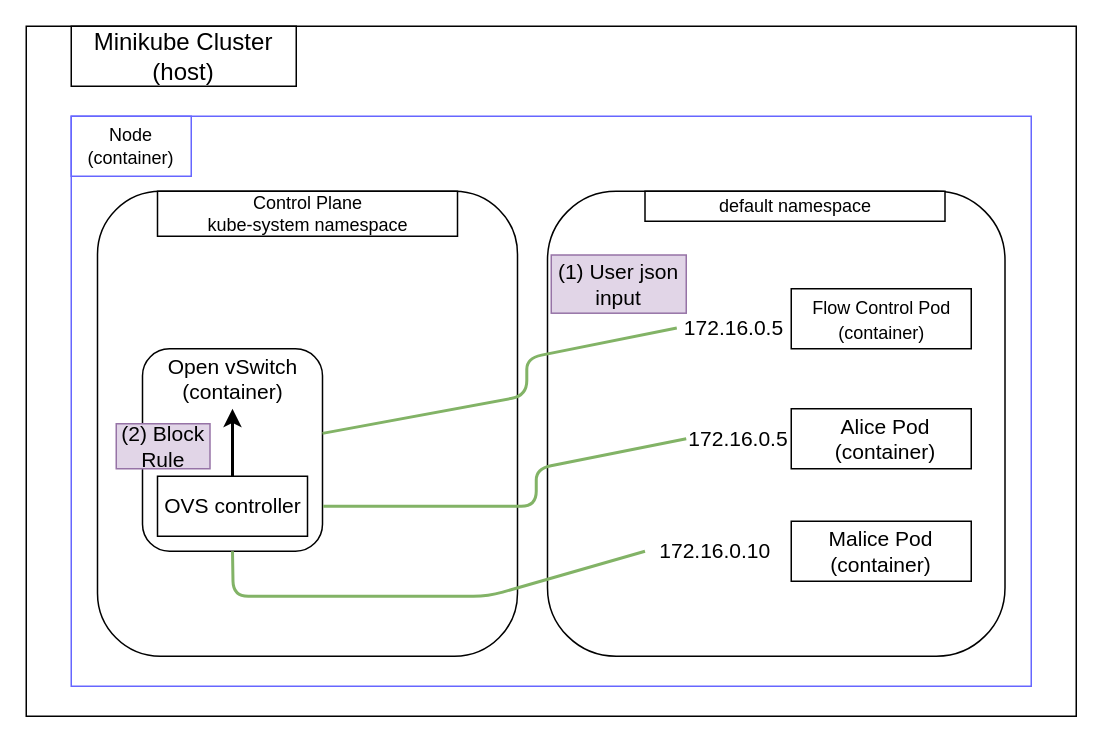
Before: page "Blocking an ip" (3 of 4) of demos/demo1_v2/demo1.drawio in parasecurity/principals, a draw.io diagram. Source tidied: cells renumbered, new cells numbered last; positions are measured from the earlier drawing's top-left corner, leaving out a move shared by most shapes. Both pictures are drawn from the tidied source at 150%, with x=0, y=0 at pixel (26, 26).
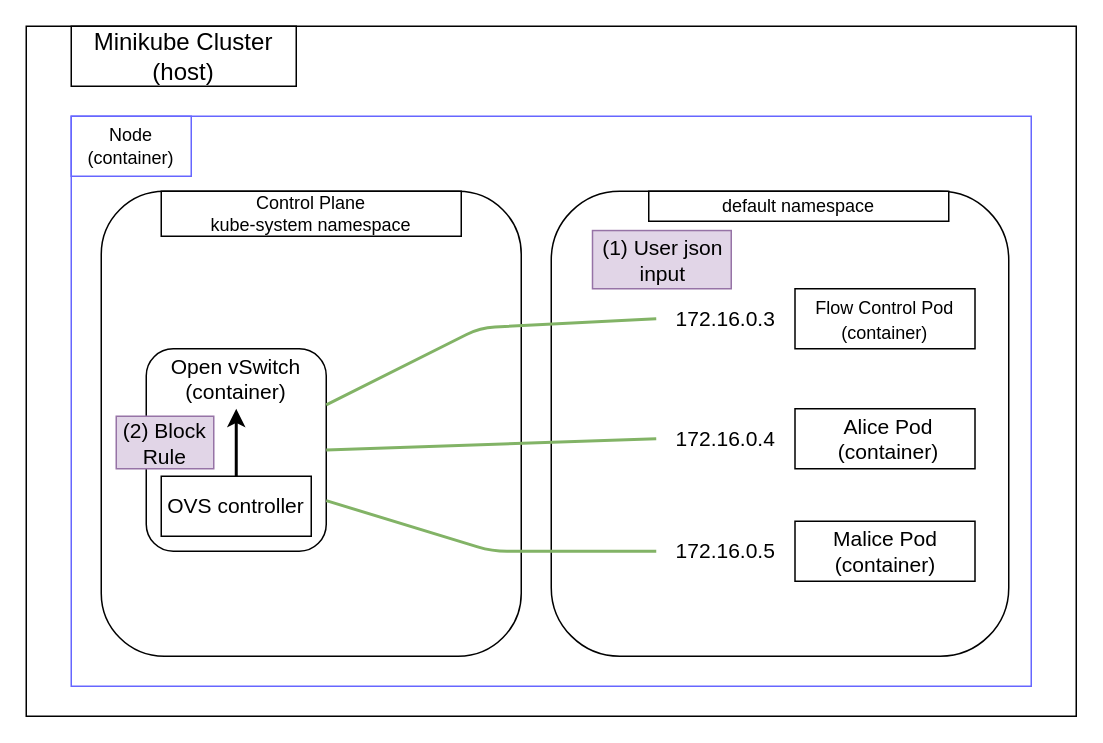
Above is the later version.

Unchanged cells that the change refers to:
```xml
<mxCell id="9" value="&lt;font style=&quot;font-size: 16px&quot;&gt;&lt;br&gt;&lt;/font&gt;" style="rounded=1;whiteSpace=wrap;html=1;" parent="6" vertex="1">
  <mxGeometry x="30" y="105" width="120" height="135" as="geometry" />
</mxCell>
```

Change to the diagram source:
```diff
@@
     <mxCell id="6" style="group;" parent="1" vertex="1">
-      <mxGeometry x="47.5" y="110" width="605" height="340" as="geometry" />
+      <mxGeometry x="50" y="110" width="605" height="340" as="geometry" />
     </mxCell>
@@
-    <mxCell id="11" style="endArrow=none;html=1;entryX=0;entryY=0.5;entryDx=0;entryDy=0;fillColor=#d5e8d4;strokeColor=#82b366;strokeWidth=2;" parent="6" edge="1" target="12">
-      <mxGeometry relative="1" as="geometry">
-        <mxPoint x="150.5" y="210" as="sourcePoint" />
-        <Array as="points">
-          <mxPoint x="292.5" y="210" />
-          <mxPoint x="292.5" y="185" />
-        </Array>
-      </mxGeometry>
+    <mxCell id="11" style="endArrow=none;html=1;entryX=0;entryY=0.5;entryDx=0;entryDy=0;fillColor=#d5e8d4;strokeColor=#82b366;strokeWidth=2;exitX=1;exitY=0.5;exitDx=0;exitDy=0;" parent="6" edge="1" source="9" target="12">
+      <mxGeometry relative="1" as="geometry" />
     </mxCell>
-    <mxCell id="12" value="172.16.0.5" style="text;html=1;strokeColor=none;fillColor=none;align=center;verticalAlign=middle;whiteSpace=wrap;rounded=0;fontSize=14;" parent="6" vertex="1">
-      <mxGeometry x="392.5" y="155" width="70" height="20" as="geometry" />
+    <mxCell id="12" value="172.16.0.4" style="text;html=1;strokeColor=none;fillColor=none;align=center;verticalAlign=middle;whiteSpace=wrap;rounded=0;fontSize=14;" parent="6" vertex="1">
+      <mxGeometry x="370" y="155" width="92.5" height="20" as="geometry" />
     </mxCell>
@@
-    <mxCell id="15" value="172.16.0.10" style="text;html=1;strokeColor=none;fillColor=none;align=center;verticalAlign=middle;whiteSpace=wrap;rounded=0;fontSize=14;" parent="6" vertex="1">
-      <mxGeometry x="365" y="230" width="92.5" height="20" as="geometry" />
+    <mxCell id="15" value="172.16.0.5" style="text;html=1;strokeColor=none;fillColor=none;align=center;verticalAlign=middle;whiteSpace=wrap;rounded=0;fontSize=14;" parent="6" vertex="1">
+      <mxGeometry x="370" y="230" width="92.5" height="20" as="geometry" />
     </mxCell>
-    <mxCell id="16" style="endArrow=none;html=1;strokeWidth=2;fontSize=14;exitX=0.5;exitY=1;exitDx=0;exitDy=0;entryX=0;entryY=0.5;entryDx=0;entryDy=0;fillColor=#d5e8d4;strokeColor=#82b366;" parent="6" edge="1" source="9" target="15">
+    <mxCell id="16" style="endArrow=none;html=1;strokeWidth=2;fontSize=14;exitX=1;exitY=0.75;exitDx=0;exitDy=0;entryX=0;entryY=0.5;entryDx=0;entryDy=0;fillColor=#d5e8d4;strokeColor=#82b366;" parent="6" edge="1" source="9" target="15">
       <mxGeometry relative="1" as="geometry">
         <Array as="points">
-          <mxPoint x="90.5" y="270" />
-          <mxPoint x="260.5" y="270" />
+          <mxPoint x="260.5" y="240" />
         </Array>
       </mxGeometry>
     </mxCell>
@@
     <mxCell id="21" value="(2) Block&lt;br&gt;Rule" style="text;html=1;strokeColor=#9673a6;fillColor=#e1d5e7;align=center;verticalAlign=middle;whiteSpace=wrap;rounded=0;fontSize=14;" parent="6" vertex="1">
-      <mxGeometry x="12.5" y="155" width="62.5" height="30" as="geometry" />
+      <mxGeometry x="10" y="150" width="65" height="35" as="geometry" />
     </mxCell>
@@
     <mxCell id="26" style="endArrow=none;html=1;entryX=0;entryY=0.5;entryDx=0;entryDy=0;fillColor=#d5e8d4;strokeColor=#82b366;strokeWidth=2;" parent="6" edge="1" source="9" target="27">
       <mxGeometry relative="1" as="geometry">
         <Array as="points">
-          <mxPoint x="286.2" y="136.2" />
-          <mxPoint x="286.2" y="111.2" />
+          <mxPoint x="252.5" y="91" />
         </Array>
       </mxGeometry>
     </mxCell>
-    <mxCell id="27" value="172.16.0.5" style="text;html=1;strokeColor=none;fillColor=none;align=center;verticalAlign=middle;whiteSpace=wrap;rounded=0;fontSize=14;" parent="6" vertex="1">
-      <mxGeometry x="386.2" y="81.2" width="76.2" height="20" as="geometry" />
+    <mxCell id="27" value="172.16.0.3" style="text;html=1;strokeColor=none;fillColor=none;align=center;verticalAlign=middle;whiteSpace=wrap;rounded=0;fontSize=14;" parent="6" vertex="1">
+      <mxGeometry x="370" y="75" width="92.5" height="20" as="geometry" />
     </mxCell>
     <mxCell id="28" value="(1) User json input" style="text;html=1;strokeColor=#9673a6;fillColor=#e1d5e7;align=center;verticalAlign=middle;whiteSpace=wrap;rounded=0;fontSize=14;" parent="6" vertex="1">
-      <mxGeometry x="302.5" y="42.5" width="90" height="38.8" as="geometry" />
+      <mxGeometry x="327.5" y="26.2" width="92.5" height="38.8" as="geometry" />
     </mxCell>
```
